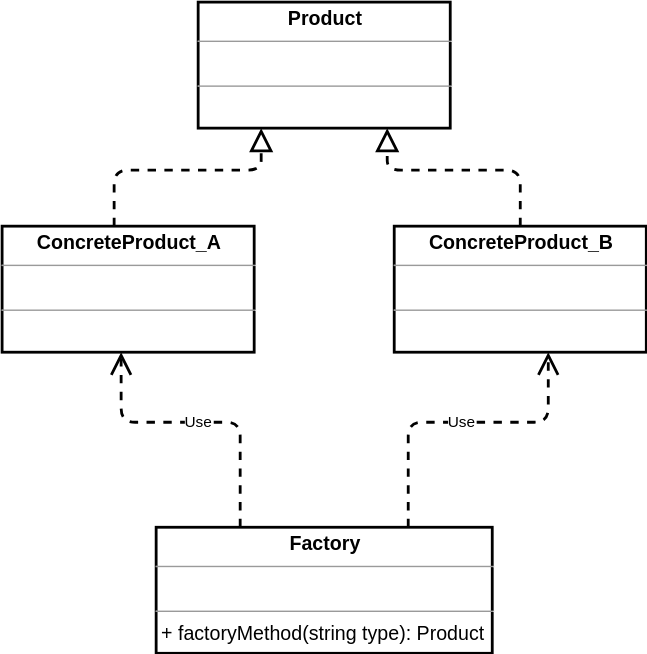
This is 04_Note/1_DesignPattern/2-工厂模式/简单工厂模式.drawio.svg from AlphaGKH/00_ReleaseCode, a draw.io export, as it was before one commit. Source tidied: cells renumbered, new cells last; positions are measured from the earlier drawing's top-left corner, leaving out a move shared by most shapes.
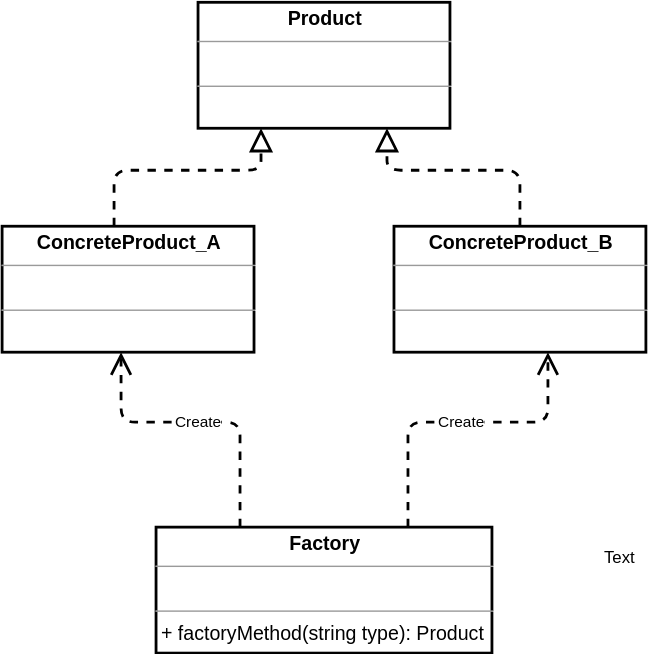
The same diagram one commit later.

The edit, as a diff of the source:
```diff
@@ -31,7 +31,7 @@
         </Array>
       </mxGeometry>
     </mxCell>
-    <mxCell id="8" value="Use" style="endArrow=open;endSize=12;dashed=1;html=1;strokeColor=#000000;strokeWidth=2;exitX=0.75;exitY=0;exitDx=0;exitDy=0;" parent="1" edge="1" source="2">
+    <mxCell id="8" value="&lt;font color=&quot;#000000&quot; style=&quot;background-color: rgb(255 , 255 , 255)&quot;&gt;Create&lt;/font&gt;" style="endArrow=open;endSize=12;dashed=1;html=1;strokeColor=#000000;strokeWidth=2;exitX=0.75;exitY=0;exitDx=0;exitDy=0;" parent="1" edge="1" source="2">
       <mxGeometry relative="1" as="geometry">
         <mxPoint x="390" y="250" as="targetPoint" />
         <Array as="points">
@@ -40,7 +40,7 @@
         </Array>
       </mxGeometry>
     </mxCell>
-    <mxCell id="9" value="Use" style="endArrow=open;endSize=12;dashed=1;html=1;strokeColor=#000000;strokeWidth=2;exitX=0.25;exitY=0;exitDx=0;exitDy=0;" parent="1" edge="1" source="2">
+    <mxCell id="9" value="&lt;font color=&quot;#000000&quot; style=&quot;background-color: rgb(255 , 255 , 255)&quot;&gt;Create&lt;/font&gt;" style="endArrow=open;endSize=12;dashed=1;html=1;strokeColor=#000000;strokeWidth=2;exitX=0.25;exitY=0;exitDx=0;exitDy=0;" parent="1" edge="1" source="2">
       <mxGeometry relative="1" as="geometry">
         <mxPoint x="85" y="250" as="targetPoint" />
         <Array as="points">
@@ -49,5 +49,8 @@
         </Array>
       </mxGeometry>
     </mxCell>
+    <mxCell id="10" value="Text" style="text;html=1;align=center;verticalAlign=middle;" parent="1" vertex="1">
+      <mxGeometry x="421" y="387" width="40" height="20" as="geometry" />
+    </mxCell>
   </root>
 </mxGraphModel>
```
